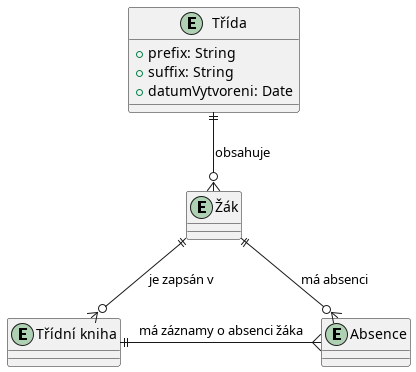
Before: images/ed-schedule-calculated-class.png, a diagram exported from PlantUML (DanielADK/tul-bp). The source it was exported from:
```plantuml
@startuml
entity "Třída" as Class {
    +prefix: String
    +suffix: String
    +datumVytvoreni: Date
}

entity "Žák" as Student {
}

entity "Třídní kniha" as LessonRecord {
}

entity "Absence" as Absence {
}

Class ||--o{ Student : "obsahuje"

Student ||--o{ Absence : "má absenci"
Student ||--o{ LessonRecord : "je zapsán v"

LessonRecord ||-{ Absence : "má záznamy o absenci žáka"

@enduml
```
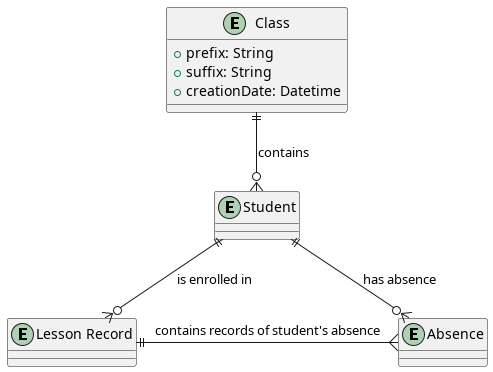
The same file after the commit.

Diff of the diagram source:
```diff
@@ -1,24 +1,24 @@
 @startuml
-entity "Třída" as Class {
+entity "Class" as Class {
     +prefix: String
     +suffix: String
-    +datumVytvoreni: Date
+    +creationDate: Datetime
 }
 
-entity "Žák" as Student {
+entity "Student" as Student {
 }
 
-entity "Třídní kniha" as LessonRecord {
+entity "Lesson Record" as LessonRecord {
 }
 
 entity "Absence" as Absence {
 }
 
-Class ||--o{ Student : "obsahuje"
+Class ||--o{ Student : "contains"
 
-Student ||--o{ Absence : "má absenci"
-Student ||--o{ LessonRecord : "je zapsán v"
+Student ||--o{ Absence : "has absence"
+Student ||--o{ LessonRecord : "is enrolled in"
 
-LessonRecord ||-{ Absence : "má záznamy o absenci žáka"
+LessonRecord ||-{ Absence : "contains records of student's absence"
 
 @enduml
```
